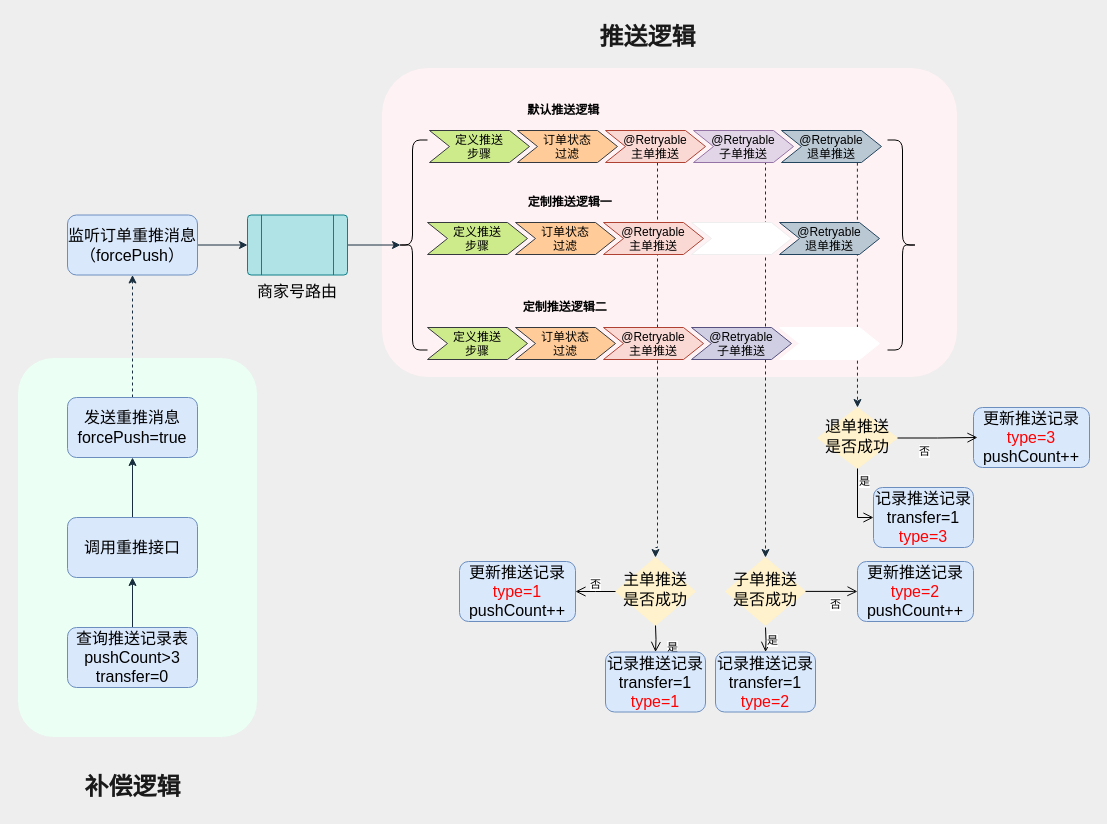
The draw.io diagram 订单推送线下补偿逻辑.drawio in sjh724/draw.io, before the edit. Source tidied: cells renumbered, new cells numbered last; positions are measured from the earlier drawing's top-left corner, leaving out a move shared by most shapes. Both pictures are drawn from the tidied source at 100%, with x=0, y=0 at pixel (17, 17).
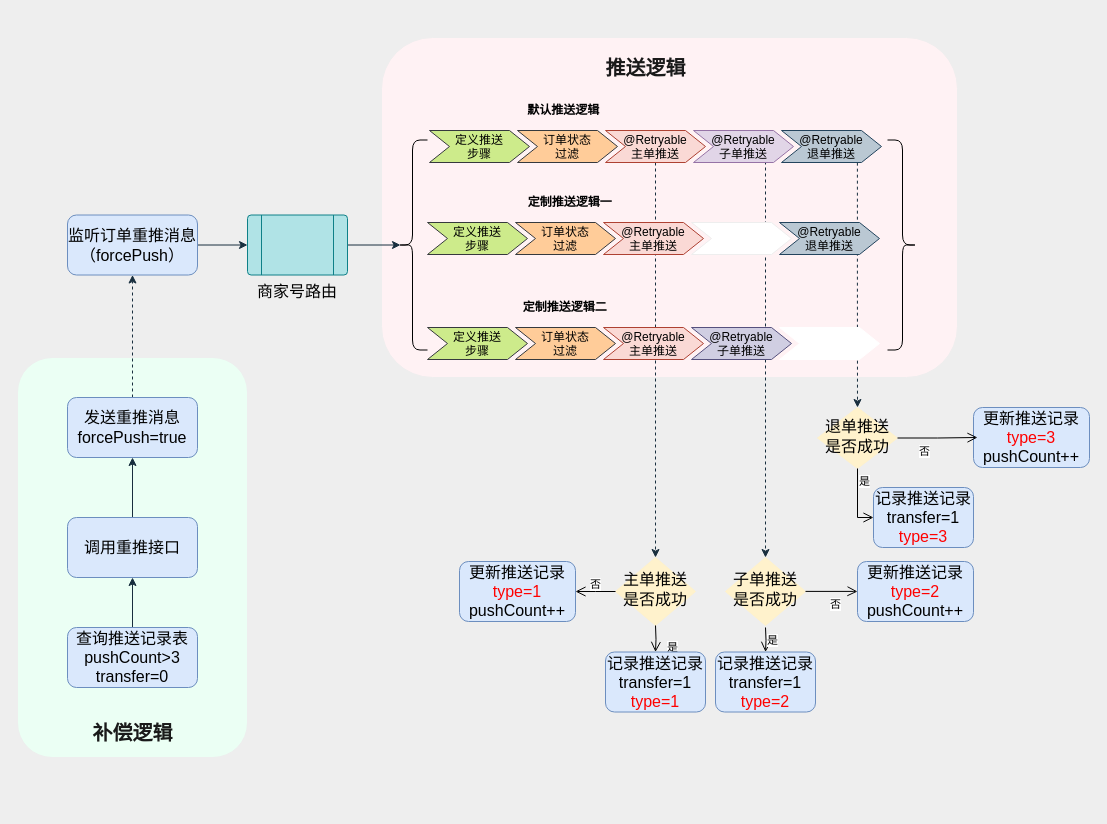
Above is the later version.

Commit message:
更新订单推送线下补偿逻辑.drawio

The change refers to these unchanged cells:
```xml
<mxCell id="11" value="@Retryable&#10;主单推送" style="shape=step;perimeter=stepPerimeter;fixedSize=1;points=[];rounded=0;sketch=0;fontSize=12;strokeColor=#ae4132;fillColor=#fad9d5;" parent="8" vertex="1">
  <mxGeometry x="186" y="33" width="100" height="32" as="geometry" />
</mxCell>
<mxCell id="47" value="主单推送&lt;br&gt;是否成功" style="rhombus;whiteSpace=wrap;html=1;shadow=0;fontFamily=Helvetica;fontSize=16;align=center;strokeWidth=1;spacing=6;spacingTop=-4;fillColor=#FFF2CC;strokeColor=#FFF2CC;" parent="1" vertex="1">
  <mxGeometry x="598" y="540" width="80" height="68" as="geometry" />
</mxCell>
```

Diff of the diagram source:
```diff
@@
     <mxCell id="2" style="rounded=1;whiteSpace=wrap;html=1;sketch=0;fontSize=12;fontColor=#1A1A1A;strokeColor=#EEEEEE;fillColor=#FFF2F4;" parent="1" vertex="1">
-      <mxGeometry x="364" y="50" width="576" height="310" as="geometry" />
+      <mxGeometry x="364" y="20" width="576" height="340" as="geometry" />
     </mxCell>
     <mxCell id="3" style="rounded=1;whiteSpace=wrap;html=1;sketch=0;fontSize=12;fontColor=#1A1A1A;strokeColor=#EEEEEE;fillColor=#EBFFF4;" parent="1" vertex="1">
-      <mxGeometry y="340" width="240" height="380" as="geometry" />
+      <mxGeometry y="340" width="230" height="400" as="geometry" />
     </mxCell>
@@
     <mxCell id="6" style="edgeStyle=orthogonalEdgeStyle;endArrow=classic;html=1;rounded=0;sketch=0;fontSize=16;fontColor=#1A1A1A;strokeColor=#182E3E;dashed=1;entryX=0.5;entryY=0;entryDx=0;entryDy=0;" parent="1" edge="1" source="11" target="47">
       <mxGeometry relative="1" as="geometry">
         <Array as="points">
-          <mxPoint x="640" y="530" />
-          <mxPoint x="638" y="530" />
+          <mxPoint x="638" y="340" />
+          <mxPoint x="638" y="340" />
         </Array>
       </mxGeometry>
     </mxCell>
@@
-    <mxCell id="37" value="补偿逻辑" style="text;strokeColor=none;fillColor=none;html=1;fontSize=24;fontStyle=1;verticalAlign=middle;align=center;rounded=0;sketch=0;fontColor=#1A1A1A;" parent="1" vertex="1">
-      <mxGeometry x="65" y="750" width="100" height="40" as="geometry" />
+    <mxCell id="37" value="补偿逻辑" style="text;strokeColor=none;fillColor=none;html=1;fontSize=20;fontStyle=1;verticalAlign=middle;align=center;rounded=0;sketch=0;fontColor=#1A1A1A;" parent="1" vertex="1">
+      <mxGeometry x="65" y="694.5" width="100" height="40" as="geometry" />
     </mxCell>
-    <mxCell id="38" value="推送逻辑" style="text;strokeColor=none;fillColor=none;html=1;fontSize=24;fontStyle=1;verticalAlign=middle;align=center;rounded=0;sketch=0;fontColor=#1A1A1A;" parent="1" vertex="1">
-      <mxGeometry x="580" width="100" height="40" as="geometry" />
+    <mxCell id="38" value="推送逻辑" style="text;strokeColor=none;fillColor=none;html=1;fontSize=20;fontStyle=1;verticalAlign=middle;align=center;rounded=0;sketch=0;fontColor=#1A1A1A;" parent="1" vertex="1">
+      <mxGeometry x="578" y="30" width="100" height="40" as="geometry" />
     </mxCell>
```
